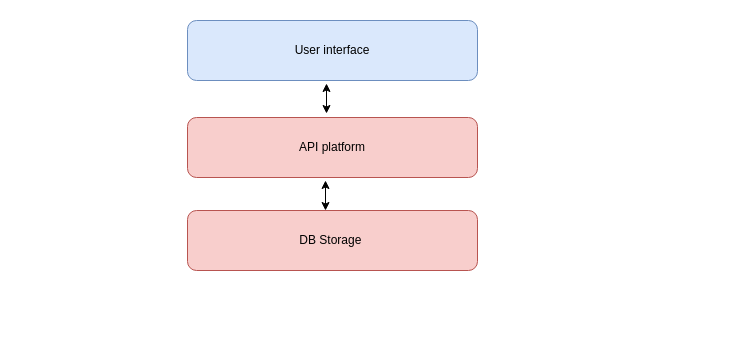
Before: FCM_Cockpit.drawio in claytonbrown/aws-drawing, a draw.io diagram. Source tidied: cells renumbered, new cells numbered last; positions are measured from the earlier drawing's top-left corner, leaving out a move shared by most shapes. Both pictures are drawn from the tidied source at 100%, with x=0, y=0 at pixel (187, 20).
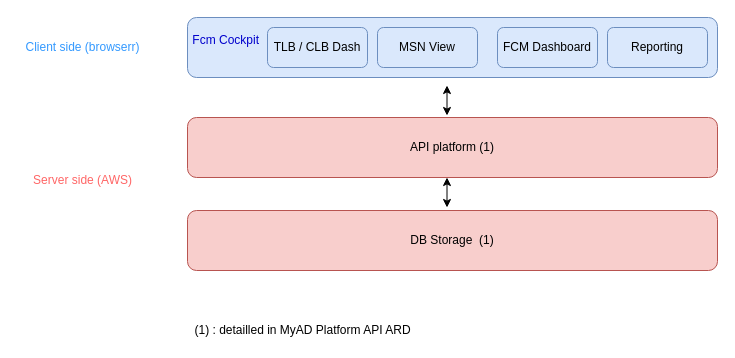
The same diagram, later.

Change to the diagram source:
```diff
@@
 <mxGraphModel>
   <root>
     <mxCell id="0" />
     <mxCell id="1" parent="0" />
+    <mxCell id="7" value="&lt;font color=&quot;#0000cc&quot;&gt;&amp;nbsp;Fcm Cockpit&lt;br&gt;&lt;br&gt;&lt;/font&gt;" style="rounded=1;whiteSpace=wrap;html=1;fillColor=#dae8fc;strokeColor=#6c8ebf;align=left;" parent="1" vertex="1">
+      <mxGeometry y="-3" width="530" height="60" as="geometry" />
+    </mxCell>
-    <mxCell id="2" value="User interface" style="rounded=1;whiteSpace=wrap;html=1;fillColor=#dae8fc;strokeColor=#6c8ebf;" parent="1" vertex="1">
-      <mxGeometry width="290" height="60" as="geometry" />
+    <mxCell id="2" value="MSN View" style="rounded=1;whiteSpace=wrap;html=1;fillColor=#dae8fc;strokeColor=#6c8ebf;" parent="1" vertex="1">
+      <mxGeometry x="190" y="7" width="100" height="40" as="geometry" />
     </mxCell>
-    <mxCell id="3" value="API platform" style="rounded=1;whiteSpace=wrap;html=1;fillColor=#f8cecc;strokeColor=#b85450;" parent="1" vertex="1">
-      <mxGeometry y="97" width="290" height="60" as="geometry" />
+    <mxCell id="3" value="API platform (1)" style="rounded=1;whiteSpace=wrap;html=1;fillColor=#f8cecc;strokeColor=#b85450;" parent="1" vertex="1">
+      <mxGeometry y="97" width="530" height="60" as="geometry" />
     </mxCell>
-    <mxCell id="4" value="DB Storage&amp;nbsp;" style="rounded=1;whiteSpace=wrap;html=1;fillColor=#f8cecc;strokeColor=#b85450;" parent="1" vertex="1">
-      <mxGeometry y="190" width="290" height="60" as="geometry" />
+    <mxCell id="4" value="DB Storage&amp;nbsp; (1)" style="rounded=1;whiteSpace=wrap;html=1;fillColor=#f8cecc;strokeColor=#b85450;" parent="1" vertex="1">
+      <mxGeometry y="190" width="530" height="60" as="geometry" />
     </mxCell>
     <mxCell id="5" style="endArrow=classic;startArrow=classic;html=1;fontColor=#FFFFFF;" parent="1" edge="1">
       <mxGeometry relative="1" as="geometry">
-        <mxPoint x="138" y="190" as="sourcePoint" />
-        <mxPoint x="138" y="160" as="targetPoint" />
+        <mxPoint x="259.5" y="187" as="sourcePoint" />
+        <mxPoint x="259.5" y="157" as="targetPoint" />
       </mxGeometry>
     </mxCell>
     <mxCell id="6" style="endArrow=classic;startArrow=classic;html=1;fontColor=#FFFFFF;" parent="1" edge="1">
       <mxGeometry relative="1" as="geometry">
-        <mxPoint x="139" y="93" as="sourcePoint" />
-        <mxPoint x="139" y="63" as="targetPoint" />
+        <mxPoint x="259.5" y="95" as="sourcePoint" />
+        <mxPoint x="259.5" y="65" as="targetPoint" />
       </mxGeometry>
     </mxCell>
+    <mxCell id="8" value="TLB / CLB Dash" style="rounded=1;whiteSpace=wrap;html=1;fillColor=#dae8fc;strokeColor=#6c8ebf;" parent="1" vertex="1">
+      <mxGeometry x="80" y="7" width="100" height="40" as="geometry" />
+    </mxCell>
+    <mxCell id="9" value="FCM Dashboard" style="rounded=1;whiteSpace=wrap;html=1;fillColor=#dae8fc;strokeColor=#6c8ebf;" parent="1" vertex="1">
+      <mxGeometry x="310" y="7" width="100" height="40" as="geometry" />
+    </mxCell>
+    <mxCell id="10" value="&lt;font color=&quot;#3399ff&quot;&gt;Client side (browserr)&lt;/font&gt;" style="text;html=1;align=center;verticalAlign=middle;fontColor=#FFFFFF;" parent="1" vertex="1">
+      <mxGeometry x="-170" y="17" width="130" height="20" as="geometry" />
+    </mxCell>
+    <mxCell id="11" value="&lt;font color=&quot;#ff6666&quot;&gt;Server side (AWS)&lt;/font&gt;" style="text;html=1;align=center;verticalAlign=middle;fontColor=#FFFFFF;" parent="1" vertex="1">
+      <mxGeometry x="-160" y="150" width="110" height="20" as="geometry" />
+    </mxCell>
+    <mxCell id="12" value="&lt;font color=&quot;#000000&quot;&gt;(1) : detailled in MyAD Platform API ARD&lt;/font&gt;" style="text;html=1;align=center;verticalAlign=middle;fontColor=#FFFFFF;" parent="1" vertex="1">
+      <mxGeometry y="300" width="230" height="20" as="geometry" />
+    </mxCell>
+    <mxCell id="13" value="Reporting" style="rounded=1;whiteSpace=wrap;html=1;fillColor=#dae8fc;strokeColor=#6c8ebf;" parent="1" vertex="1">
+      <mxGeometry x="420" y="7" width="100" height="40" as="geometry" />
+    </mxCell>
   </root>
 </mxGraphModel>
```
